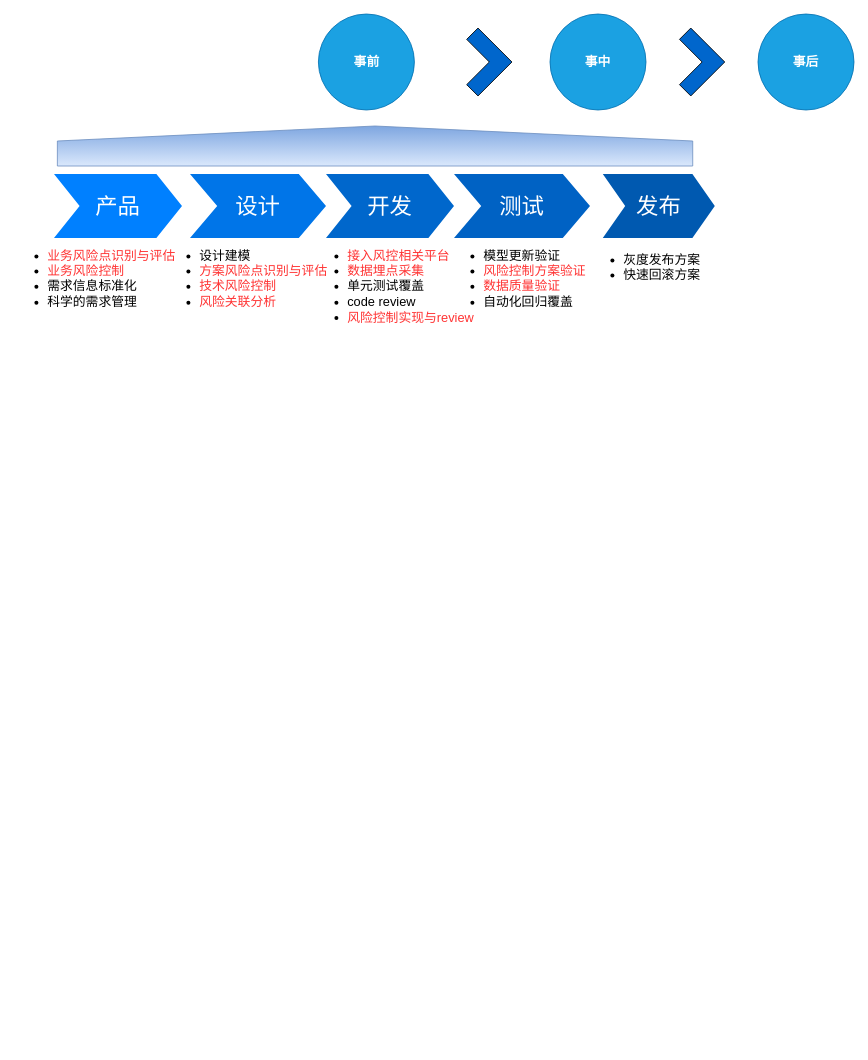
This is page "Copy of Page-1" (2 of 11) of src/flow.drawio from zengcrvip/basedemo, a draw.io file, before an edit. Source tidied: cells renumbered, new cells numbered last; positions are measured from the earlier drawing's top-left corner, leaving out a move shared by most shapes. Both pictures are drawn from the tidied source at 80%, with x=0, y=0 at pixel (14, 14).
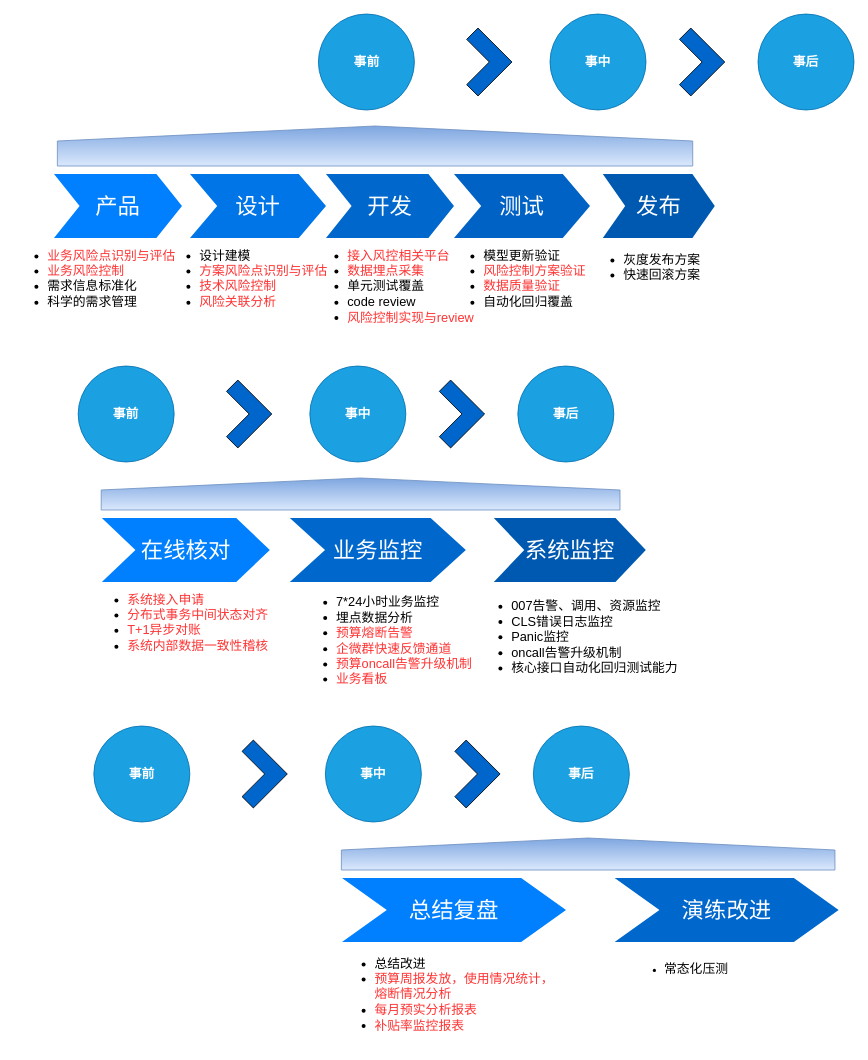
The same page after the edit.

What changed in the source:
```diff
@@
+    <mxCell id="18" style="shape=offPageConnector;whiteSpace=wrap;html=1;fontSize=16;strokeWidth=1;rotation=-180;fillColor=#dae8fc;gradientColor=#7ea6e0;strokeColor=#6c8ebf;" parent="1" vertex="1">
+      <mxGeometry x="109" y="580" width="648.5" height="40" as="geometry" />
+    </mxCell>
+    <mxCell id="19" value="&lt;b&gt;事前&lt;/b&gt;" style="ellipse;whiteSpace=wrap;html=1;fontSize=16;strokeWidth=1;fillColor=#1ba1e2;strokeColor=#006EAF;fontColor=#ffffff;" parent="1" vertex="1">
+      <mxGeometry x="80.2" y="440" width="120" height="120" as="geometry" />
+    </mxCell>
+    <mxCell id="20" value="&lt;b&gt;事中&lt;/b&gt;" style="ellipse;whiteSpace=wrap;html=1;fontSize=16;strokeWidth=1;fillColor=#1ba1e2;strokeColor=#006EAF;fontColor=#ffffff;" parent="1" vertex="1">
+      <mxGeometry x="369.8" y="440" width="120" height="120" as="geometry" />
+    </mxCell>
+    <mxCell id="21" value="&lt;b&gt;事后&lt;/b&gt;" style="ellipse;whiteSpace=wrap;html=1;fontSize=16;strokeWidth=1;fillColor=#1ba1e2;strokeColor=#006EAF;fontColor=#ffffff;" parent="1" vertex="1">
+      <mxGeometry x="629.8" y="440" width="120" height="120" as="geometry" />
+    </mxCell>
+    <mxCell id="22" style="shape=corner;whiteSpace=wrap;html=1;fontSize=16;fontColor=#000000;strokeColor=default;strokeWidth=1;fillColor=#0066CC;rotation=135;" parent="1" vertex="1">
+      <mxGeometry x="249.8" y="470" width="60" height="60" as="geometry" />
+    </mxCell>
+    <mxCell id="23" style="shape=corner;whiteSpace=wrap;html=1;fontSize=16;fontColor=#000000;strokeColor=default;strokeWidth=1;fillColor=#0066CC;rotation=135;" parent="1" vertex="1">
+      <mxGeometry x="515.8" y="470" width="60" height="60" as="geometry" />
+    </mxCell>
+    <mxCell id="24" value="在线核对" style="shape=step;whiteSpace=wrap;html=1;fontSize=28;fillColor=#0080FF;fontColor=#FFFFFF;strokeColor=none;" parent="1" vertex="1">
+      <mxGeometry x="109.8" y="630" width="210" height="80" as="geometry" />
+    </mxCell>
+    <mxCell id="25" value="业务监控" style="shape=step;whiteSpace=wrap;html=1;fontSize=28;fillColor=#0067CC;fontColor=#FFFFFF;strokeColor=none;" parent="1" vertex="1">
+      <mxGeometry x="344.8" y="630" width="220" height="80" as="geometry" />
+    </mxCell>
+    <mxCell id="26" value="系统监控" style="shape=step;whiteSpace=wrap;html=1;fontSize=28;fillColor=#0059B0;fontColor=#FFFFFF;strokeColor=none;" parent="1" vertex="1">
+      <mxGeometry x="599.8" y="630" width="190" height="80" as="geometry" />
+    </mxCell>
+    <mxCell id="27" value="&lt;ul style=&quot;font-size: 16px&quot;&gt;&lt;li&gt;&lt;font color=&quot;#ff3333&quot; style=&quot;font-size: 16px&quot;&gt;&lt;span&gt;系统接入申请&lt;/span&gt;&lt;br&gt;&lt;/font&gt;&lt;/li&gt;&lt;li&gt;&lt;font color=&quot;#ff3333&quot; style=&quot;font-size: 16px&quot;&gt;分布式事务中间状态对齐&lt;/font&gt;&lt;/li&gt;&lt;li&gt;&lt;font color=&quot;#ff3333&quot; style=&quot;font-size: 16px&quot;&gt;T+1异步对账&lt;/font&gt;&lt;/li&gt;&lt;li&gt;&lt;font color=&quot;#ff3333&quot; style=&quot;font-size: 16px&quot;&gt;系统内部数据一致性稽核&lt;/font&gt;&lt;/li&gt;&lt;/ul&gt;" style="text;spacingTop=-5;fillColor=#ffffff;whiteSpace=wrap;html=1;align=left;fontSize=12;fontFamily=Helvetica;fillColor=none;strokeColor=none;" parent="1" vertex="1">
+      <mxGeometry x="99.8" y="705" width="230" height="115" as="geometry" />
+    </mxCell>
+    <mxCell id="28" value="&lt;ul style=&quot;font-size: 16px&quot;&gt;&lt;li&gt;&lt;span&gt;7*24小时业务监控&lt;/span&gt;&lt;/li&gt;&lt;li&gt;埋点数据分析&lt;/li&gt;&lt;li&gt;&lt;font color=&quot;#ff3333&quot; style=&quot;font-size: 16px&quot;&gt;预算熔断告警&lt;/font&gt;&lt;/li&gt;&lt;li&gt;&lt;font color=&quot;#ff3333&quot; style=&quot;font-size: 16px&quot;&gt;企微群快速反馈通道&lt;/font&gt;&lt;/li&gt;&lt;li&gt;&lt;font color=&quot;#ff3333&quot; style=&quot;font-size: 16px&quot;&gt;预算oncall告警升级机制&lt;/font&gt;&lt;/li&gt;&lt;li&gt;&lt;font color=&quot;#ff3333&quot; style=&quot;font-size: 16px&quot;&gt;业务看板&lt;/font&gt;&lt;/li&gt;&lt;/ul&gt;" style="text;spacingTop=-5;fillColor=#ffffff;whiteSpace=wrap;html=1;align=left;fontSize=12;fontFamily=Helvetica;fillColor=none;strokeColor=none;" parent="1" vertex="1">
+      <mxGeometry x="360.8" y="707.5" width="219" height="110" as="geometry" />
+    </mxCell>
+    <mxCell id="29" value="&lt;ul style=&quot;font-size: 16px&quot;&gt;&lt;li&gt;007告警、调用、资源监控&lt;/li&gt;&lt;li&gt;CLS错误日志监控&lt;/li&gt;&lt;li&gt;Panic监控&lt;/li&gt;&lt;li&gt;oncall告警升级机制&lt;/li&gt;&lt;li&gt;核心接口自动化回归测试能力&lt;/li&gt;&lt;/ul&gt;" style="text;spacingTop=-5;fillColor=#ffffff;whiteSpace=wrap;html=1;align=left;fontSize=12;fontFamily=Helvetica;fillColor=none;strokeColor=none;" parent="1" vertex="1">
+      <mxGeometry x="579.8" y="712.5" width="280" height="100" as="geometry" />
+    </mxCell>
+    <mxCell id="30" style="shape=offPageConnector;whiteSpace=wrap;html=1;fontSize=16;strokeWidth=1;rotation=-180;fillColor=#dae8fc;gradientColor=#7ea6e0;strokeColor=#6c8ebf;" parent="1" vertex="1">
+      <mxGeometry x="409.2" y="1030" width="617" height="40" as="geometry" />
+    </mxCell>
+    <mxCell id="31" value="&lt;b&gt;事前&lt;/b&gt;" style="ellipse;whiteSpace=wrap;html=1;fontSize=16;strokeWidth=1;fillColor=#1ba1e2;strokeColor=#006EAF;fontColor=#ffffff;" parent="1" vertex="1">
+      <mxGeometry x="99.8" y="890" width="120" height="120" as="geometry" />
+    </mxCell>
+    <mxCell id="32" value="&lt;b&gt;事中&lt;/b&gt;" style="ellipse;whiteSpace=wrap;html=1;fontSize=16;strokeWidth=1;fillColor=#1ba1e2;strokeColor=#006EAF;fontColor=#ffffff;" parent="1" vertex="1">
+      <mxGeometry x="389.2" y="890" width="120" height="120" as="geometry" />
+    </mxCell>
+    <mxCell id="33" value="&lt;b&gt;事后&lt;/b&gt;" style="ellipse;whiteSpace=wrap;html=1;fontSize=16;strokeWidth=1;fillColor=#1ba1e2;strokeColor=#006EAF;fontColor=#ffffff;" parent="1" vertex="1">
+      <mxGeometry x="649.2" y="890" width="120" height="120" as="geometry" />
+    </mxCell>
+    <mxCell id="34" style="shape=corner;whiteSpace=wrap;html=1;fontSize=16;fontColor=#000000;strokeColor=default;strokeWidth=1;fillColor=#0066CC;rotation=135;" parent="1" vertex="1">
+      <mxGeometry x="269.2" y="920" width="60" height="60" as="geometry" />
+    </mxCell>
+    <mxCell id="35" style="shape=corner;whiteSpace=wrap;html=1;fontSize=16;fontColor=#000000;strokeColor=default;strokeWidth=1;fillColor=#0066CC;rotation=135;" parent="1" vertex="1">
+      <mxGeometry x="535.2" y="920" width="60" height="60" as="geometry" />
+    </mxCell>
+    <mxCell id="36" value="总结复盘" style="shape=step;whiteSpace=wrap;html=1;fontSize=28;fillColor=#0080FF;fontColor=#FFFFFF;strokeColor=none;" parent="1" vertex="1">
+      <mxGeometry x="410" y="1080" width="280" height="80" as="geometry" />
+    </mxCell>
+    <mxCell id="37" value="演练改进" style="shape=step;whiteSpace=wrap;html=1;fontSize=28;fillColor=#0067CC;fontColor=#FFFFFF;strokeColor=none;" parent="1" vertex="1">
+      <mxGeometry x="750.8" y="1080" width="280" height="80" as="geometry" />
+    </mxCell>
+    <mxCell id="38" value="&lt;ul style=&quot;font-size: 16px&quot;&gt;&lt;li&gt;总结改进&lt;/li&gt;&lt;li&gt;&lt;font color=&quot;#ff3333&quot; style=&quot;font-size: 16px&quot;&gt;预算周报发放，使用情况统计，熔断情况分析&lt;/font&gt;&lt;/li&gt;&lt;li&gt;&lt;font color=&quot;#ff3333&quot; style=&quot;font-size: 16px&quot;&gt;每月预实分析报表&lt;/font&gt;&lt;/li&gt;&lt;li&gt;&lt;font color=&quot;#ff3333&quot; style=&quot;font-size: 16px&quot;&gt;补贴率监控报表&lt;/font&gt;&lt;/li&gt;&lt;/ul&gt;" style="text;spacingTop=-5;fillColor=#ffffff;whiteSpace=wrap;html=1;align=left;fontSize=12;fontFamily=Helvetica;fillColor=none;strokeColor=none;" parent="1" vertex="1">
+      <mxGeometry x="409.2" y="1160" width="280" height="120" as="geometry" />
+    </mxCell>
+    <mxCell id="39" value="&lt;ul&gt;&lt;li&gt;&lt;font style=&quot;font-size: 16px&quot;&gt;常态化压测&lt;/font&gt;&lt;/li&gt;&lt;/ul&gt;" style="text;spacingTop=-5;fillColor=#ffffff;whiteSpace=wrap;html=1;align=left;fontSize=12;fontFamily=Helvetica;fillColor=none;strokeColor=none;" parent="1" vertex="1">
+      <mxGeometry x="770.5" y="1170" width="249" height="120" as="geometry" />
+    </mxCell>
```
